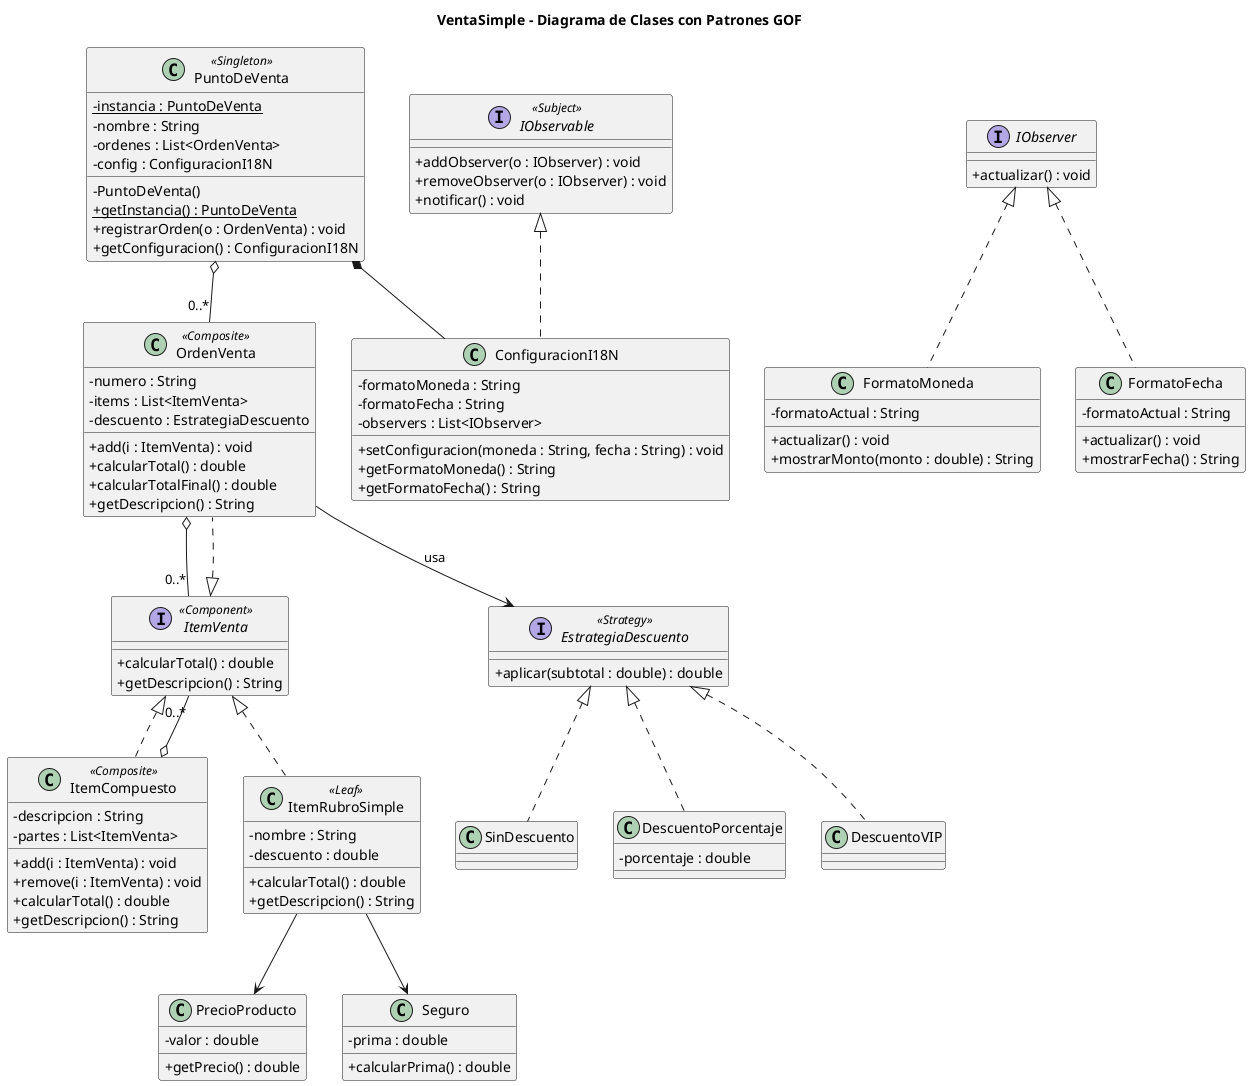
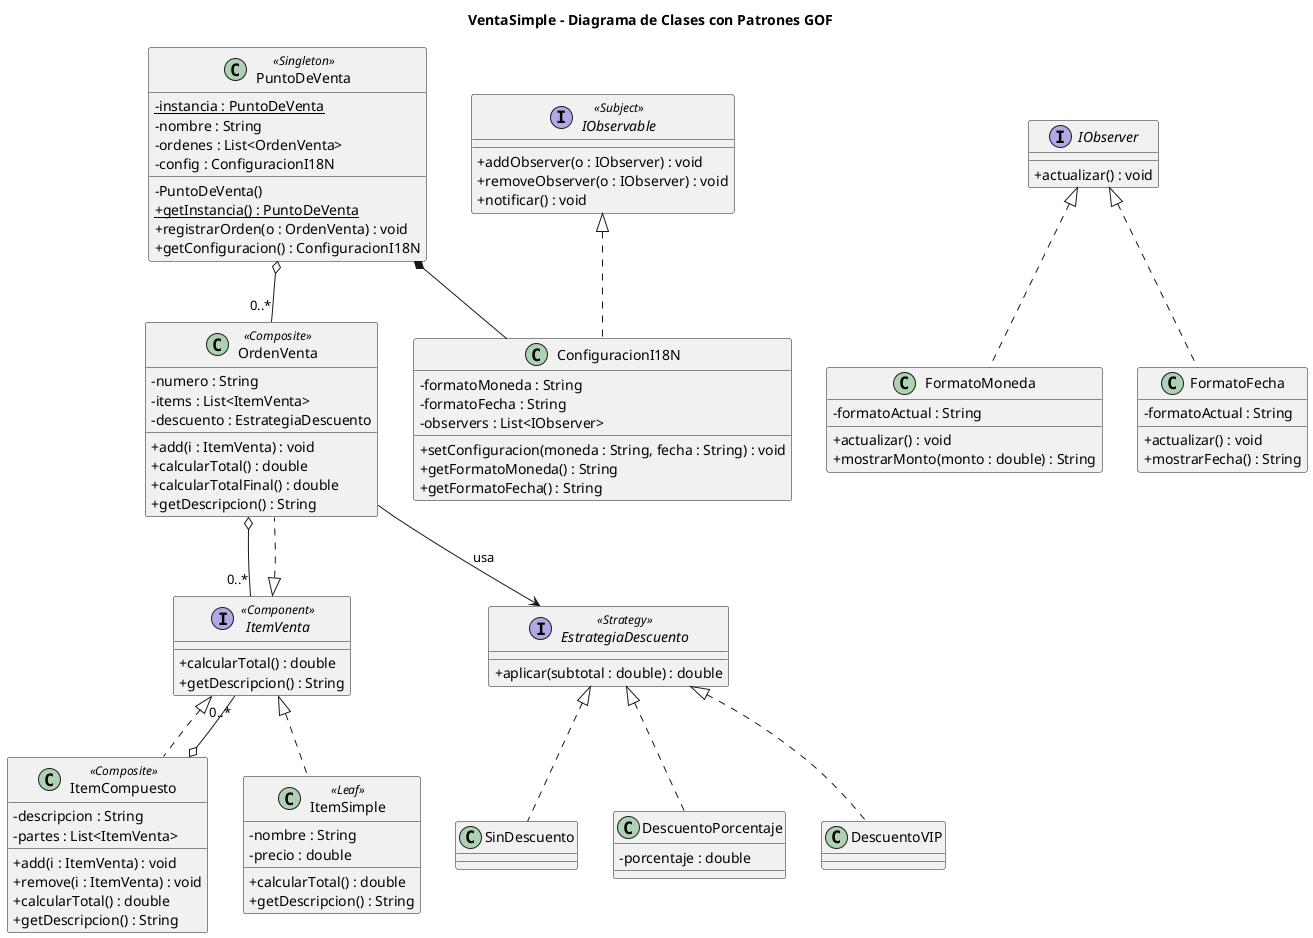
@startuml VentaSimple-Clases
title VentaSimple - Diagrama de Clases con Patrones GOF
skinparam classAttributeIconSize 0

' ===================== SINGLETON =====================
class PuntoDeVenta <<Singleton>> {
  - {static} instancia : PuntoDeVenta
  - nombre : String
  - ordenes : List<OrdenVenta>
  - config : ConfiguracionI18N
  - PuntoDeVenta()
  + {static} getInstancia() : PuntoDeVenta
  + registrarOrden(o : OrdenVenta) : void
  + getConfiguracion() : ConfiguracionI18N
}

' ===================== COMPOSITE =====================
interface ItemVenta <<Component>> {
  + calcularTotal() : double
  + getDescripcion() : String
}
class OrdenVenta <<Composite>> {
  - numero : String
  - items : List<ItemVenta>
  - descuento : EstrategiaDescuento
  + add(i : ItemVenta) : void
  + calcularTotal() : double
  + calcularTotalFinal() : double
  + getDescripcion() : String
}
class ItemCompuesto <<Composite>> {
  - descripcion : String
  - partes : List<ItemVenta>
  + add(i : ItemVenta) : void
  + remove(i : ItemVenta) : void
  + calcularTotal() : double
  + getDescripcion() : String
}
- class ItemRubroSimple <<Leaf>> {
+ class ItemSimple <<Leaf>> {
  - nombre : String
-   - descuento : double
+   - precio : double
  + calcularTotal() : double
  + getDescripcion() : String
}
- class PrecioProducto {
-   - valor : double
-   + getPrecio() : double
- }
- class Seguro {
-   - prima : double
-   + calcularPrima() : double
- }
ItemVenta <|.. OrdenVenta
ItemVenta <|.. ItemCompuesto
- ItemVenta <|.. ItemRubroSimple
+ ItemVenta <|.. ItemSimple
OrdenVenta o-- "0..*" ItemVenta
ItemCompuesto o-- "0..*" ItemVenta
- ItemRubroSimple --> PrecioProducto
- ItemRubroSimple --> Seguro

' ===================== STRATEGY =====================
interface EstrategiaDescuento <<Strategy>> {
  + aplicar(subtotal : double) : double
}
class SinDescuento
class DescuentoPorcentaje {
  - porcentaje : double
}
class DescuentoVIP
EstrategiaDescuento <|.. SinDescuento
EstrategiaDescuento <|.. DescuentoPorcentaje
EstrategiaDescuento <|.. DescuentoVIP
OrdenVenta --> EstrategiaDescuento : usa

' ===================== OBSERVER =====================
interface IObservable <<Subject>> {
  + addObserver(o : IObserver) : void
  + removeObserver(o : IObserver) : void
  + notificar() : void
}
interface IObserver {
  + actualizar() : void
}
class ConfiguracionI18N {
  - formatoMoneda : String
  - formatoFecha : String
  - observers : List<IObserver>
  + setConfiguracion(moneda : String, fecha : String) : void
  + getFormatoMoneda() : String
  + getFormatoFecha() : String
}
class FormatoMoneda {
  - formatoActual : String
  + actualizar() : void
  + mostrarMonto(monto : double) : String
}
class FormatoFecha {
  - formatoActual : String
  + actualizar() : void
  + mostrarFecha() : String
}
IObservable <|.. ConfiguracionI18N
IObserver <|.. FormatoMoneda
IObserver <|.. FormatoFecha

' ===================== RELACIONES GLOBALES =====================
PuntoDeVenta o-- "0..*" OrdenVenta
PuntoDeVenta *-- ConfiguracionI18N
@enduml
